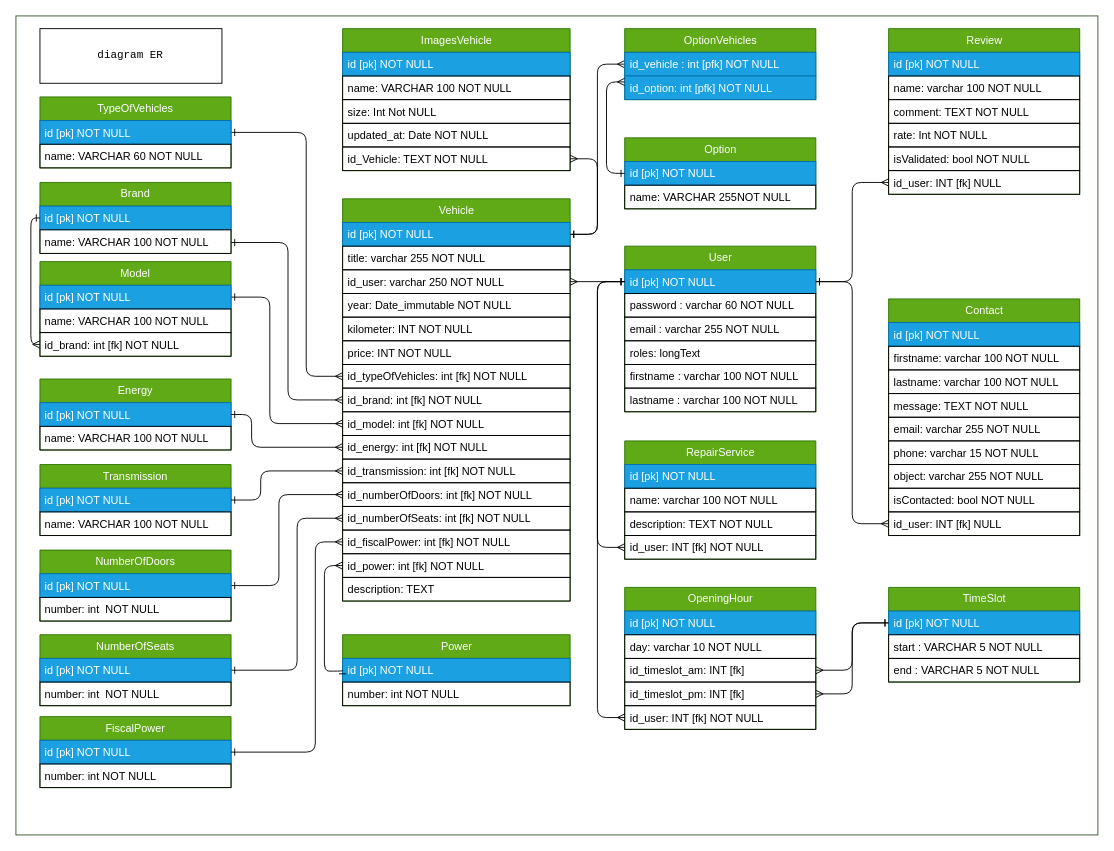
The draw.io diagram documentations/DIO/diag-ER.dio in SandrineOrieux/Garage-V-Parrot, before the edit. Source tidied: cells renumbered, new cells numbered last; positions are measured from the earlier drawing's top-left corner, leaving out a move shared by most shapes. Both pictures are drawn from the tidied source at 91%, with x=0, y=0 at pixel (15, 15).
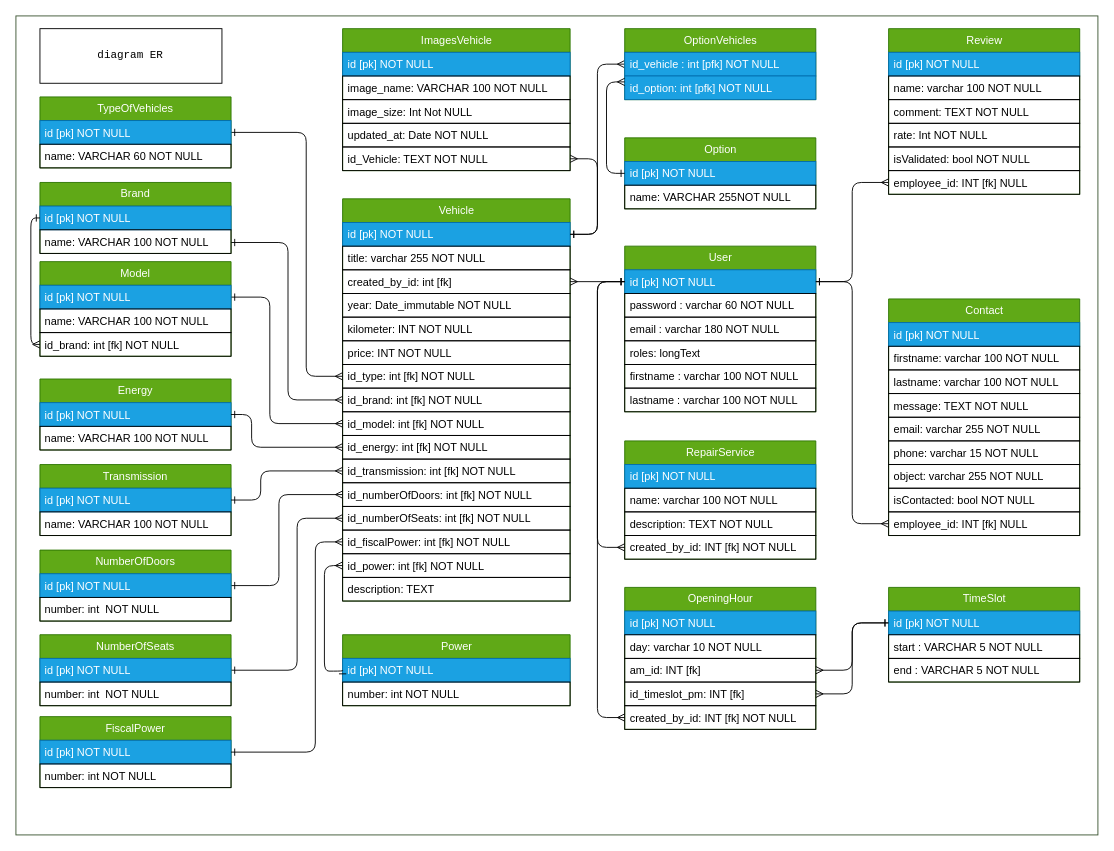
After the change.

Unchanged cells that the change refers to:
```xml
<mxCell id="4" value="OpeningHour" style="swimlane;fontStyle=0;horizontal=1;startSize=26;fillColor=#60a917;html=1;strokeColor=#2D7600;fontColor=#ffffff;" parent="1" vertex="1">
  <mxGeometry x="669" y="628" width="210" height="156" as="geometry" />
</mxCell>
<mxCell id="10" value="User" style="swimlane;fontStyle=0;horizontal=1;startSize=26;fillColor=#60a917;html=1;strokeColor=#2D7600;fontColor=#ffffff;" parent="1" vertex="1">
  <mxGeometry x="669" y="253" width="210" height="182" as="geometry" />
</mxCell>
<mxCell id="22" value="RepairService" style="swimlane;fontStyle=0;horizontal=1;startSize=26;fillColor=#60a917;html=1;strokeColor=#2D7600;fontColor=#ffffff;" parent="1" vertex="1">
  <mxGeometry x="669" y="467" width="210" height="130" as="geometry" />
</mxCell>
<mxCell id="27" value="Vehicle" style="swimlane;fontStyle=0;horizontal=1;startSize=26;fillColor=#60a917;html=1;strokeColor=#2D7600;fontColor=#ffffff;" parent="1" vertex="1">
  <mxGeometry x="359" y="201" width="250" height="442" as="geometry" />
</mxCell>
<mxCell id="73" value="ImagesVehicle" style="swimlane;fontStyle=0;horizontal=1;startSize=26;fillColor=#60a917;html=1;strokeColor=#2D7600;fontColor=#ffffff;" parent="1" vertex="1">
  <mxGeometry x="359" y="14" width="250" height="156" as="geometry" />
</mxCell>
<mxCell id="84" value="Review" style="swimlane;fontStyle=0;horizontal=1;startSize=26;fillColor=#60a917;html=1;strokeColor=#2D7600;fontColor=#ffffff;" parent="1" vertex="1">
  <mxGeometry x="959" y="14" width="210" height="182" as="geometry" />
</mxCell>
<mxCell id="91" value="Contact" style="swimlane;fontStyle=0;horizontal=1;startSize=26;fillColor=#60a917;html=1;strokeColor=#2D7600;fontColor=#ffffff;" parent="1" vertex="1">
  <mxGeometry x="959" y="311" width="210" height="260" as="geometry" />
</mxCell>
```

Change to the diagram source:
```diff
@@
-    <mxCell id="7" value="id_timeslot_am: INT [fk]" style="text;strokeColor=#000000;fillColor=none;align=left;verticalAlign=top;spacingLeft=4;spacingRight=4;overflow=hidden;points=[[0,0.5],[1,0.5]];portConstraint=eastwest;whiteSpace=wrap;html=1;fontColor=#000000;" parent="4" vertex="1">
+    <mxCell id="7" value="am_id: INT [fk]" style="text;strokeColor=#000000;fillColor=none;align=left;verticalAlign=top;spacingLeft=4;spacingRight=4;overflow=hidden;points=[[0,0.5],[1,0.5]];portConstraint=eastwest;whiteSpace=wrap;html=1;fontColor=#000000;" parent="4" vertex="1">
       <mxGeometry y="78" width="210" height="26" as="geometry" />
     </mxCell>
@@
-    <mxCell id="9" value="id_user: INT [fk] NOT NULL" style="text;strokeColor=#000000;fillColor=none;align=left;verticalAlign=top;spacingLeft=4;spacingRight=4;overflow=hidden;points=[[0,0.5],[1,0.5]];portConstraint=eastwest;whiteSpace=wrap;html=1;fontColor=#000000;" parent="4" vertex="1">
+    <mxCell id="9" value="created_by_id: INT [fk] NOT NULL" style="text;strokeColor=#000000;fillColor=none;align=left;verticalAlign=top;spacingLeft=4;spacingRight=4;overflow=hidden;points=[[0,0.5],[1,0.5]];portConstraint=eastwest;whiteSpace=wrap;html=1;fontColor=#000000;" parent="4" vertex="1">
       <mxGeometry y="130" width="210" height="26" as="geometry" />
     </mxCell>
@@
-    <mxCell id="13" value="email : varchar 255 NOT NULL" style="text;strokeColor=#000000;fillColor=none;align=left;verticalAlign=top;spacingLeft=4;spacingRight=4;overflow=hidden;whiteSpace=wrap;html=1;fontColor=#000000;" parent="10" vertex="1">
+    <mxCell id="13" value="email : varchar 180 NOT NULL" style="text;strokeColor=#000000;fillColor=none;align=left;verticalAlign=top;spacingLeft=4;spacingRight=4;overflow=hidden;whiteSpace=wrap;html=1;fontColor=#000000;" parent="10" vertex="1">
       <mxGeometry y="78" width="210" height="26" as="geometry" />
     </mxCell>
@@
-    <mxCell id="26" value="id_user: INT [fk] NOT NULL" style="text;strokeColor=#000000;fillColor=none;align=left;verticalAlign=top;spacingLeft=4;spacingRight=4;overflow=hidden;points=[[0,0.5],[1,0.5]];portConstraint=eastwest;whiteSpace=wrap;html=1;fontColor=#000000;" parent="22" vertex="1">
+    <mxCell id="26" value="created_by_id: INT [fk] NOT NULL" style="text;strokeColor=#000000;fillColor=none;align=left;verticalAlign=top;spacingLeft=4;spacingRight=4;overflow=hidden;points=[[0,0.5],[1,0.5]];portConstraint=eastwest;whiteSpace=wrap;html=1;fontColor=#000000;" parent="22" vertex="1">
       <mxGeometry y="104" width="210" height="26" as="geometry" />
     </mxCell>
@@
-    <mxCell id="30" value="id_user: varchar 250 NOT NULL&amp;nbsp;" style="text;strokeColor=#000000;fillColor=none;align=left;verticalAlign=top;spacingLeft=4;spacingRight=4;overflow=hidden;points=[[0,0.5],[1,0.5]];portConstraint=eastwest;whiteSpace=wrap;html=1;fontColor=#000000;" parent="27" vertex="1">
+    <mxCell id="30" value="created_by_id: int [fk]&lt;br&gt;&amp;nbsp;&amp;nbsp;" style="text;strokeColor=#000000;fillColor=none;align=left;verticalAlign=top;spacingLeft=4;spacingRight=4;overflow=hidden;points=[[0,0.5],[1,0.5]];portConstraint=eastwest;whiteSpace=wrap;html=1;fontColor=#000000;" parent="27" vertex="1">
       <mxGeometry y="78" width="250" height="26" as="geometry" />
     </mxCell>
@@
-    <mxCell id="34" value="id_typeOfVehicles: int [fk] NOT NULL&amp;nbsp;" style="text;strokeColor=#000000;fillColor=none;align=left;verticalAlign=top;spacingLeft=4;spacingRight=4;overflow=hidden;points=[[0,0.5],[1,0.5]];portConstraint=eastwest;whiteSpace=wrap;html=1;fontColor=#000000;" parent="27" vertex="1">
+    <mxCell id="34" value="id_type: int [fk] NOT NULL&amp;nbsp;" style="text;strokeColor=#000000;fillColor=none;align=left;verticalAlign=top;spacingLeft=4;spacingRight=4;overflow=hidden;points=[[0,0.5],[1,0.5]];portConstraint=eastwest;whiteSpace=wrap;html=1;fontColor=#000000;" parent="27" vertex="1">
       <mxGeometry y="182" width="250" height="26" as="geometry" />
     </mxCell>
@@
-    <mxCell id="75" value="name: VARCHAR 100 NOT NULL" style="text;strokeColor=#000000;fillColor=none;align=left;verticalAlign=top;spacingLeft=4;spacingRight=4;overflow=hidden;whiteSpace=wrap;html=1;fontColor=#000000;" parent="73" vertex="1">
+    <mxCell id="75" value="image_name: VARCHAR 100 NOT NULL" style="text;strokeColor=#000000;fillColor=none;align=left;verticalAlign=top;spacingLeft=4;spacingRight=4;overflow=hidden;whiteSpace=wrap;html=1;fontColor=#000000;" parent="73" vertex="1">
       <mxGeometry y="52" width="250" height="26" as="geometry" />
     </mxCell>
-    <mxCell id="76" value="size: Int Not NULL" style="text;strokeColor=#000000;fillColor=none;align=left;verticalAlign=top;spacingLeft=4;spacingRight=4;overflow=hidden;whiteSpace=wrap;html=1;fontColor=#000000;" parent="73" vertex="1">
+    <mxCell id="76" value="image_size: Int Not NULL" style="text;strokeColor=#000000;fillColor=none;align=left;verticalAlign=top;spacingLeft=4;spacingRight=4;overflow=hidden;whiteSpace=wrap;html=1;fontColor=#000000;" parent="73" vertex="1">
       <mxGeometry y="78" width="250" height="26" as="geometry" />
     </mxCell>
@@
-    <mxCell id="90" value="id_user: INT [fk] NULL" style="text;strokeColor=#000000;fillColor=none;align=left;verticalAlign=top;spacingLeft=4;spacingRight=4;overflow=hidden;points=[[0,0.5],[1,0.5]];portConstraint=eastwest;whiteSpace=wrap;html=1;fontColor=#000000;" parent="84" vertex="1">
+    <mxCell id="90" value="employee_id: INT [fk] NULL" style="text;strokeColor=#000000;fillColor=none;align=left;verticalAlign=top;spacingLeft=4;spacingRight=4;overflow=hidden;points=[[0,0.5],[1,0.5]];portConstraint=eastwest;whiteSpace=wrap;html=1;fontColor=#000000;" parent="84" vertex="1">
       <mxGeometry y="156" width="210" height="26" as="geometry" />
     </mxCell>
@@
-    <mxCell id="100" value="id_user: INT [fk] NULL" style="text;strokeColor=#000000;fillColor=none;align=left;verticalAlign=top;spacingLeft=4;spacingRight=4;overflow=hidden;points=[[0,0.5],[1,0.5]];portConstraint=eastwest;whiteSpace=wrap;html=1;fontColor=#000000;" parent="91" vertex="1">
+    <mxCell id="100" value="employee_id: INT [fk] NULL" style="text;strokeColor=#000000;fillColor=none;align=left;verticalAlign=top;spacingLeft=4;spacingRight=4;overflow=hidden;points=[[0,0.5],[1,0.5]];portConstraint=eastwest;whiteSpace=wrap;html=1;fontColor=#000000;" parent="91" vertex="1">
       <mxGeometry y="234" width="210" height="26" as="geometry" />
     </mxCell>
```
